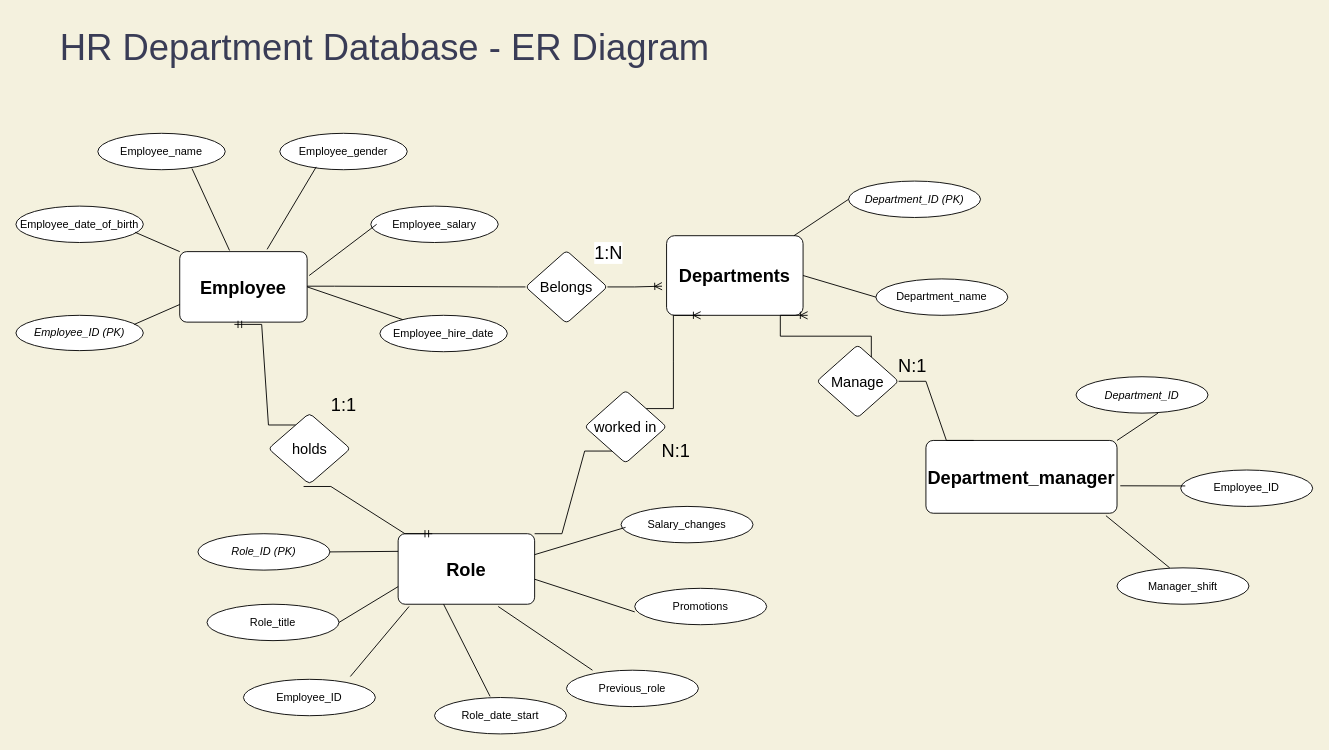
Earlier version of the draw.io diagram RH Database Diagram.drawio (PriFlores/HR-Database). Source tidied: cells renumbered, new cells numbered last; positions are measured from the earlier drawing's top-left corner, leaving out a move shared by most shapes. Both pictures are drawn from the tidied source at 91%, with x=0, y=0 at pixel (15, 33).
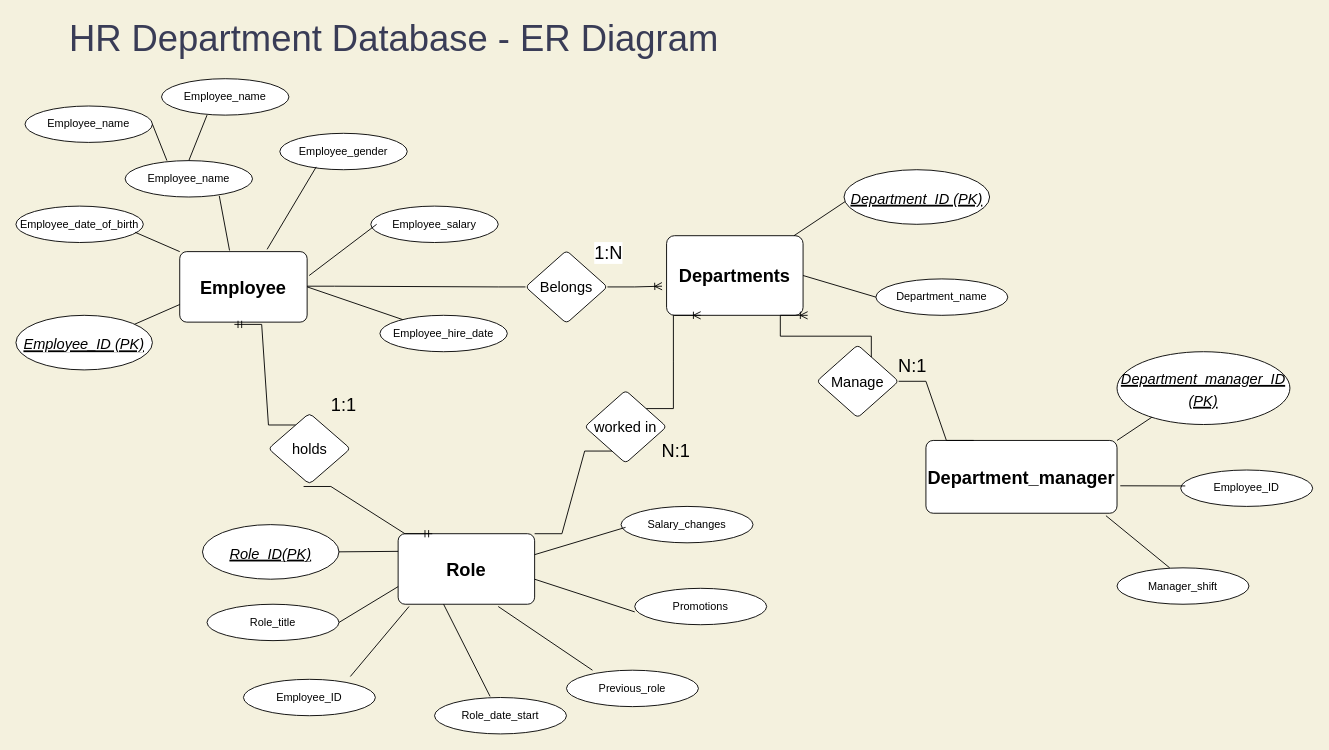
Above is the later version.

The change refers to these unchanged cells:
```xml
<mxCell id="12" value="&lt;b&gt;&lt;font style=&quot;font-size: 20px&quot;&gt;Role&lt;/font&gt;&lt;/b&gt;" style="rounded=1;arcSize=10;whiteSpace=wrap;html=1;align=center;" parent="1" vertex="1">
  <mxGeometry x="420" y="550" width="150" height="77.5" as="geometry" />
</mxCell>
```

Diff of the diagram source:
```diff
@@
     <mxCell id="2" value="&lt;font style=&quot;font-size: 40px&quot;&gt;HR Department Database - ER Diagram&lt;/font&gt;" style="text;html=1;align=center;verticalAlign=middle;fillColor=none;strokeColor=none;fontColor=#393C56;rounded=1;sketch=1;" parent="1" vertex="1">
-      <mxGeometry x="40" width="730" height="30" as="geometry" />
+      <mxGeometry x="50" y="-10" width="730" height="30" as="geometry" />
     </mxCell>
@@
-    <mxCell id="5" value="&lt;i&gt;Employee_ID (PK)&lt;/i&gt;" style="ellipse;whiteSpace=wrap;html=1;align=center;" parent="1" vertex="1">
-      <mxGeometry y="310" width="140" height="38.8" as="geometry" />
-    </mxCell>
     <mxCell id="6" value="Employee_name" style="ellipse;whiteSpace=wrap;html=1;align=center;" parent="1" vertex="1">
-      <mxGeometry x="90" y="110" width="140" height="40" as="geometry" />
+      <mxGeometry x="120" y="140" width="140" height="40" as="geometry" />
     </mxCell>
@@
-    <mxCell id="14" value="&lt;i&gt;Role_ID (PK)&lt;/i&gt;" style="ellipse;whiteSpace=wrap;html=1;align=center;" parent="1" vertex="1">
-      <mxGeometry x="200" y="550" width="145" height="40" as="geometry" />
-    </mxCell>
-    <mxCell id="15" value="&lt;i&gt;Department_ID&lt;/i&gt;" style="ellipse;whiteSpace=wrap;html=1;align=center;" parent="1" vertex="1">
-      <mxGeometry x="1165" y="377.5" width="145" height="40" as="geometry" />
-    </mxCell>
@@
-    <mxCell id="24" value="&lt;i&gt;Department_ID (PK)&lt;/i&gt;" style="ellipse;whiteSpace=wrap;html=1;align=center;" parent="1" vertex="1">
-      <mxGeometry x="915" y="162.5" width="145" height="40" as="geometry" />
-    </mxCell>
@@
-    <mxCell id="32" style="endArrow=none;html=1;rounded=0;exitX=1;exitY=0.5;exitDx=0;exitDy=0;entryX=0;entryY=0.25;entryDx=0;entryDy=0;" parent="1" edge="1" source="14" target="12">
-      <mxGeometry relative="1" as="geometry" />
+    <mxCell id="32" style="endArrow=none;html=1;rounded=0;exitX=1;exitY=0.5;exitDx=0;exitDy=0;entryX=0;entryY=0.25;entryDx=0;entryDy=0;" parent="1" edge="1" target="12">
+      <mxGeometry relative="1" as="geometry">
+        <mxPoint x="345" y="570" as="sourcePoint" />
+      </mxGeometry>
     </mxCell>
@@
-    <mxCell id="38" style="endArrow=none;html=1;rounded=0;entryX=0;entryY=0.5;entryDx=0;entryDy=0;" parent="1" edge="1" target="24">
+    <mxCell id="38" style="endArrow=none;html=1;rounded=0;entryX=0;entryY=0.5;entryDx=0;entryDy=0;" parent="1" edge="1">
       <mxGeometry relative="1" as="geometry">
         <mxPoint x="855" y="222.5" as="sourcePoint" />
+        <mxPoint x="915" y="182.5" as="targetPoint" />
       </mxGeometry>
     </mxCell>
@@
+    <mxCell id="60" value="Employee_name" style="ellipse;whiteSpace=wrap;html=1;align=center;" parent="1" vertex="1">
+      <mxGeometry x="160" y="50" width="140" height="40" as="geometry" />
+    </mxCell>
+    <mxCell id="61" value="Employee_name" style="ellipse;whiteSpace=wrap;html=1;align=center;" parent="1" vertex="1">
+      <mxGeometry x="10" y="80" width="140" height="40" as="geometry" />
+    </mxCell>
+    <mxCell id="62" style="endArrow=none;html=1;rounded=0;entryX=0.739;entryY=0.969;entryDx=0;entryDy=0;entryPerimeter=0;exitX=0.5;exitY=0;exitDx=0;exitDy=0;" parent="1" edge="1" source="6">
+      <mxGeometry relative="1" as="geometry">
+        <mxPoint x="210" y="90" as="targetPoint" />
+      </mxGeometry>
+    </mxCell>
+    <mxCell id="63" style="endArrow=none;html=1;rounded=0;entryX=1;entryY=0.5;entryDx=0;entryDy=0;exitX=0.328;exitY=-0.001;exitDx=0;exitDy=0;exitPerimeter=0;" parent="1" edge="1" source="6" target="61">
+      <mxGeometry relative="1" as="geometry" />
+    </mxCell>
+    <mxCell id="5" value="&lt;i&gt;&lt;font style=&quot;font-size: 16px&quot;&gt;Employee_ID (PK)&lt;/font&gt;&lt;/i&gt;" style="ellipse;whiteSpace=wrap;html=1;align=center;fontStyle=4;fontSize=20;" parent="1" vertex="1">
+      <mxGeometry y="310" width="150" height="60" as="geometry" />
+    </mxCell>
+    <mxCell id="24" value="&lt;i&gt;&lt;font style=&quot;font-size: 16px&quot;&gt;Department_ID (PK)&lt;/font&gt;&lt;/i&gt;" style="ellipse;whiteSpace=wrap;html=1;align=center;fontStyle=4;fontSize=20;" parent="1" vertex="1">
+      <mxGeometry x="910" y="150" width="160" height="60" as="geometry" />
+    </mxCell>
+    <mxCell id="64" value="&lt;i&gt;&lt;font style=&quot;font-size: 16px&quot;&gt;Department_manager_ID (PK)&lt;/font&gt;&lt;/i&gt;" style="ellipse;whiteSpace=wrap;html=1;align=center;fontStyle=4;fontSize=20;" parent="1" vertex="1">
+      <mxGeometry x="1210" y="350" width="190" height="80" as="geometry" />
+    </mxCell>
+    <mxCell id="65" value="&lt;i&gt;&lt;font style=&quot;font-size: 16px&quot;&gt;Role_ID(PK)&lt;/font&gt;&lt;/i&gt;" style="ellipse;whiteSpace=wrap;html=1;align=center;fontStyle=4;fontSize=20;" parent="1" vertex="1">
+      <mxGeometry x="205" y="540" width="150" height="60" as="geometry" />
+    </mxCell>
```
